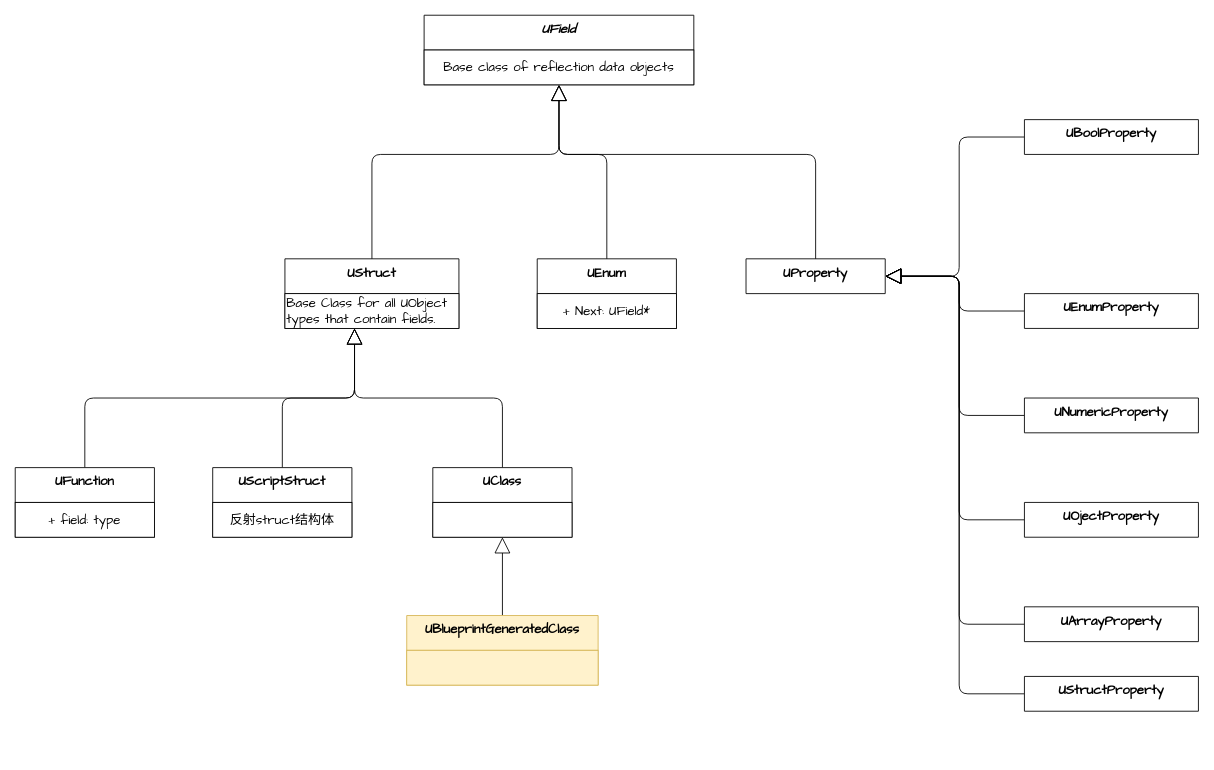
This is page "Refection" (3 of 18) of UE-InsightSource.drawio from phileas2020/Notes, a draw.io file, before an edit. Source tidied: cells renumbered, new cells numbered last; positions are measured from the earlier drawing's top-left corner, leaving out a move shared by most shapes. Both pictures are drawn from the tidied source at 87%, with x=0, y=0 at pixel (15, 15).
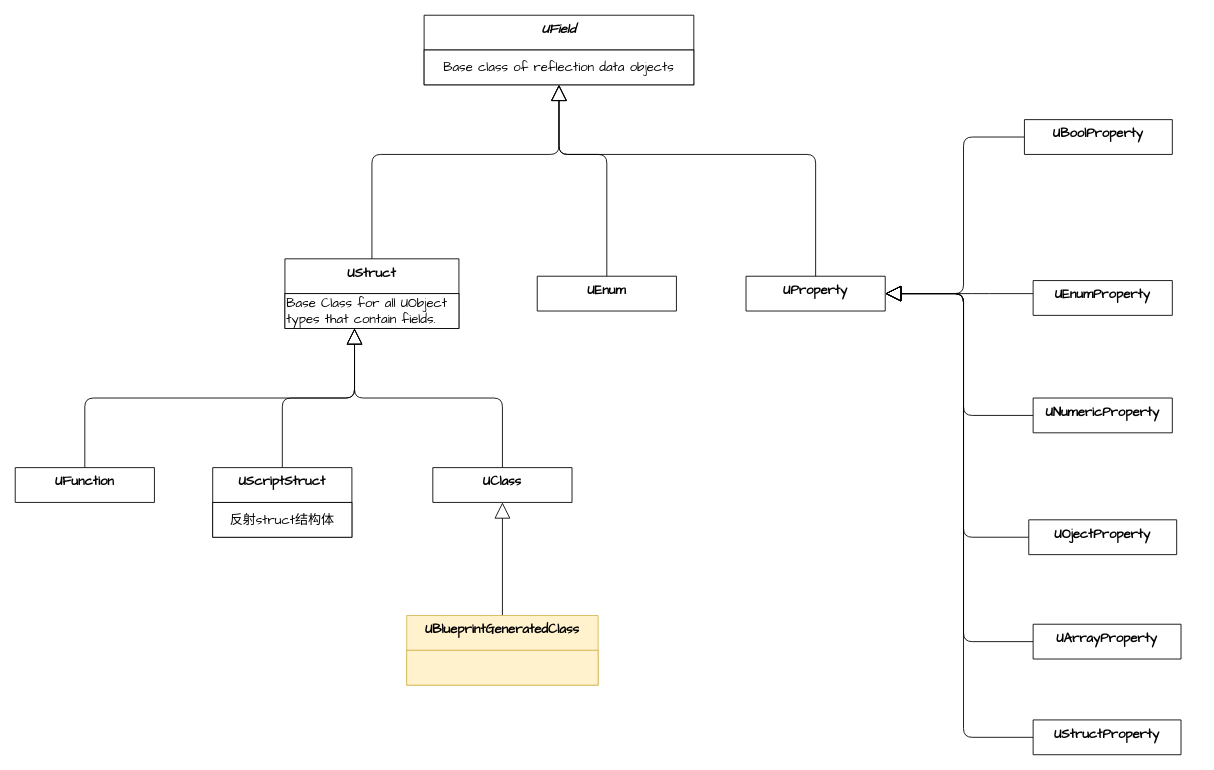
Above is the later version.

What changed in the source:
```diff
@@
-    <mxCell id="8" value="UClass" style="swimlane;fontStyle=1;align=center;verticalAlign=top;horizontal=1;startSize=40;fontFamily=Comic Sans MS;fontSize=15;" parent="1" vertex="1">
-      <mxGeometry x="480" y="520" width="160" height="80" as="geometry" />
+    <mxCell id="8" value="UClass" style="swimlane;fontStyle=1;align=center;verticalAlign=top;horizontal=1;startSize=40;fontFamily=Comic Sans MS;fontSize=15;" parent="1" vertex="1" collapsed="1">
+      <mxGeometry x="480" y="520" width="160" height="40" as="geometry" />
     </mxCell>
-    <mxCell id="9" value="&lt;div&gt;&lt;br&gt;&lt;/div&gt;" style="rounded=0;whiteSpace=wrap;html=1;fontFamily=Comic Sans MS;fontSize=15;align=left;" parent="8" vertex="1">
-      <mxGeometry y="40" width="160" height="40" as="geometry" />
-    </mxCell>
@@
-    <mxCell id="15" value="UEnum" style="swimlane;fontStyle=1;align=center;verticalAlign=top;horizontal=1;startSize=40;fontFamily=Comic Sans MS;fontSize=15;" parent="1" vertex="1">
-      <mxGeometry x="600" y="280" width="160" height="80" as="geometry" />
+    <mxCell id="15" value="UEnum" style="swimlane;fontStyle=1;align=center;verticalAlign=top;horizontal=1;startSize=40;fontFamily=Comic Sans MS;fontSize=15;" parent="1" vertex="1" collapsed="1">
+      <mxGeometry x="600" y="300" width="160" height="40" as="geometry" />
     </mxCell>
-    <mxCell id="16" value="&lt;span style=&quot;text-align: left&quot;&gt;+ Next: UField*&lt;/span&gt;" style="rounded=0;whiteSpace=wrap;html=1;fontFamily=Comic Sans MS;fontSize=15;" parent="15" vertex="1">
-      <mxGeometry y="40" width="160" height="40" as="geometry" />
-    </mxCell>
     <mxCell id="17" value="UProperty" style="swimlane;fontStyle=1;align=center;verticalAlign=top;horizontal=1;startSize=40;fontFamily=Comic Sans MS;fontSize=15;" parent="1" vertex="1" collapsed="1">
-      <mxGeometry x="840" y="280" width="160" height="40" as="geometry" />
+      <mxGeometry x="840" y="300" width="160" height="40" as="geometry" />
     </mxCell>
     <mxCell id="18" style="edgeStyle=orthogonalEdgeStyle;rounded=1;jettySize=auto;html=1;entryX=1;entryY=0.5;entryDx=0;entryDy=0;endArrow=block;endFill=0;endSize=16;" parent="1" edge="1" source="19" target="17">
-      <mxGeometry relative="1" as="geometry" />
+      <mxGeometry relative="1" as="geometry">
+        <Array as="points">
+          <mxPoint x="1090" y="140" />
+          <mxPoint x="1090" y="320" />
+        </Array>
+      </mxGeometry>
     </mxCell>
     <mxCell id="19" value="UBoolProperty" style="swimlane;fontStyle=1;align=center;verticalAlign=top;horizontal=1;startSize=40;fontFamily=Comic Sans MS;fontSize=15;" parent="1" vertex="1" collapsed="1">
-      <mxGeometry x="1160" y="120" width="200" height="40" as="geometry" />
+      <mxGeometry x="1160" y="120" width="170" height="40" as="geometry" />
     </mxCell>
     <mxCell id="20" style="edgeStyle=orthogonalEdgeStyle;rounded=1;jettySize=auto;html=1;entryX=1;entryY=0.5;entryDx=0;entryDy=0;endArrow=block;endFill=0;endSize=16;" parent="1" edge="1" source="21" target="17">
-      <mxGeometry relative="1" as="geometry" />
+      <mxGeometry relative="1" as="geometry">
+        <Array as="points">
+          <mxPoint x="1110" y="320" />
+          <mxPoint x="1110" y="320" />
+        </Array>
+      </mxGeometry>
     </mxCell>
     <mxCell id="21" value="UEnumProperty" style="swimlane;fontStyle=1;align=center;verticalAlign=top;horizontal=1;startSize=40;fontFamily=Comic Sans MS;fontSize=15;" parent="1" vertex="1" collapsed="1">
-      <mxGeometry x="1160" y="320" width="200" height="40" as="geometry" />
+      <mxGeometry x="1170" y="305" width="160" height="40" as="geometry" />
     </mxCell>
     <mxCell id="22" style="edgeStyle=orthogonalEdgeStyle;rounded=1;jettySize=auto;html=1;entryX=1;entryY=0.5;entryDx=0;entryDy=0;endArrow=block;endFill=0;endSize=16;" parent="1" edge="1" source="23" target="17">
-      <mxGeometry relative="1" as="geometry" />
+      <mxGeometry relative="1" as="geometry">
+        <Array as="points">
+          <mxPoint x="1090" y="460" />
+          <mxPoint x="1090" y="320" />
+        </Array>
+      </mxGeometry>
     </mxCell>
     <mxCell id="23" value="UNumericProperty" style="swimlane;fontStyle=1;align=center;verticalAlign=top;horizontal=1;startSize=40;fontFamily=Comic Sans MS;fontSize=15;" parent="1" vertex="1" collapsed="1">
-      <mxGeometry x="1160" y="440" width="200" height="40" as="geometry" />
+      <mxGeometry x="1170" y="440" width="160" height="40" as="geometry" />
     </mxCell>
     <mxCell id="24" style="edgeStyle=orthogonalEdgeStyle;rounded=1;jettySize=auto;html=1;entryX=1;entryY=0.5;entryDx=0;entryDy=0;endArrow=block;endFill=0;endSize=16;" parent="1" edge="1" source="25" target="17">
-      <mxGeometry relative="1" as="geometry" />
+      <mxGeometry relative="1" as="geometry">
+        <Array as="points">
+          <mxPoint x="1090" y="600" />
+          <mxPoint x="1090" y="320" />
+        </Array>
+      </mxGeometry>
     </mxCell>
     <mxCell id="25" value="UOjectProperty" style="swimlane;fontStyle=1;align=center;verticalAlign=top;horizontal=1;startSize=40;fontFamily=Comic Sans MS;fontSize=15;" parent="1" vertex="1" collapsed="1">
-      <mxGeometry x="1160" y="560" width="200" height="40" as="geometry" />
+      <mxGeometry x="1165" y="580" width="170" height="40" as="geometry" />
     </mxCell>
     <mxCell id="26" style="edgeStyle=orthogonalEdgeStyle;rounded=1;jettySize=auto;html=1;entryX=1;entryY=0.5;entryDx=0;entryDy=0;endArrow=block;endFill=0;endSize=16;" parent="1" edge="1" source="27" target="17">
-      <mxGeometry relative="1" as="geometry" />
+      <mxGeometry relative="1" as="geometry">
+        <Array as="points">
+          <mxPoint x="1090" y="720" />
+          <mxPoint x="1090" y="320" />
+        </Array>
+      </mxGeometry>
     </mxCell>
     <mxCell id="27" value="UArrayProperty" style="swimlane;fontStyle=1;align=center;verticalAlign=top;horizontal=1;startSize=40;fontFamily=Comic Sans MS;fontSize=15;" parent="1" vertex="1" collapsed="1">
-      <mxGeometry x="1160" y="680" width="200" height="40" as="geometry" />
+      <mxGeometry x="1170" y="700" width="170" height="40" as="geometry" />
     </mxCell>
     <mxCell id="28" style="edgeStyle=orthogonalEdgeStyle;rounded=1;jettySize=auto;html=1;entryX=1;entryY=0.5;entryDx=0;entryDy=0;endArrow=block;endFill=0;endSize=16;" parent="1" edge="1" source="29" target="17">
-      <mxGeometry relative="1" as="geometry" />
+      <mxGeometry relative="1" as="geometry">
+        <Array as="points">
+          <mxPoint x="1090" y="830" />
+          <mxPoint x="1090" y="320" />
+        </Array>
+      </mxGeometry>
     </mxCell>
     <mxCell id="29" value="UStructProperty" style="swimlane;fontStyle=1;align=center;verticalAlign=top;horizontal=1;startSize=40;fontFamily=Comic Sans MS;fontSize=15;" parent="1" vertex="1" collapsed="1">
-      <mxGeometry x="1160" y="760" width="200" height="40" as="geometry" />
+      <mxGeometry x="1170" y="810" width="170" height="40" as="geometry" />
     </mxCell>
-    <mxCell id="30" value="UFunction" style="swimlane;fontStyle=1;align=center;verticalAlign=top;horizontal=1;startSize=40;fontFamily=Comic Sans MS;fontSize=15;" parent="1" vertex="1">
-      <mxGeometry y="520" width="160" height="80" as="geometry" />
+    <mxCell id="30" value="UFunction" style="swimlane;fontStyle=1;align=center;verticalAlign=top;horizontal=1;startSize=40;fontFamily=Comic Sans MS;fontSize=15;" parent="1" vertex="1" collapsed="1">
+      <mxGeometry y="520" width="160" height="40" as="geometry" />
     </mxCell>
-    <mxCell id="31" value="&lt;span style=&quot;text-align: left&quot;&gt;+ field: type&lt;/span&gt;" style="rounded=0;whiteSpace=wrap;html=1;fontFamily=Comic Sans MS;fontSize=15;" parent="30" vertex="1">
-      <mxGeometry y="40" width="160" height="40" as="geometry" />
-    </mxCell>
```
